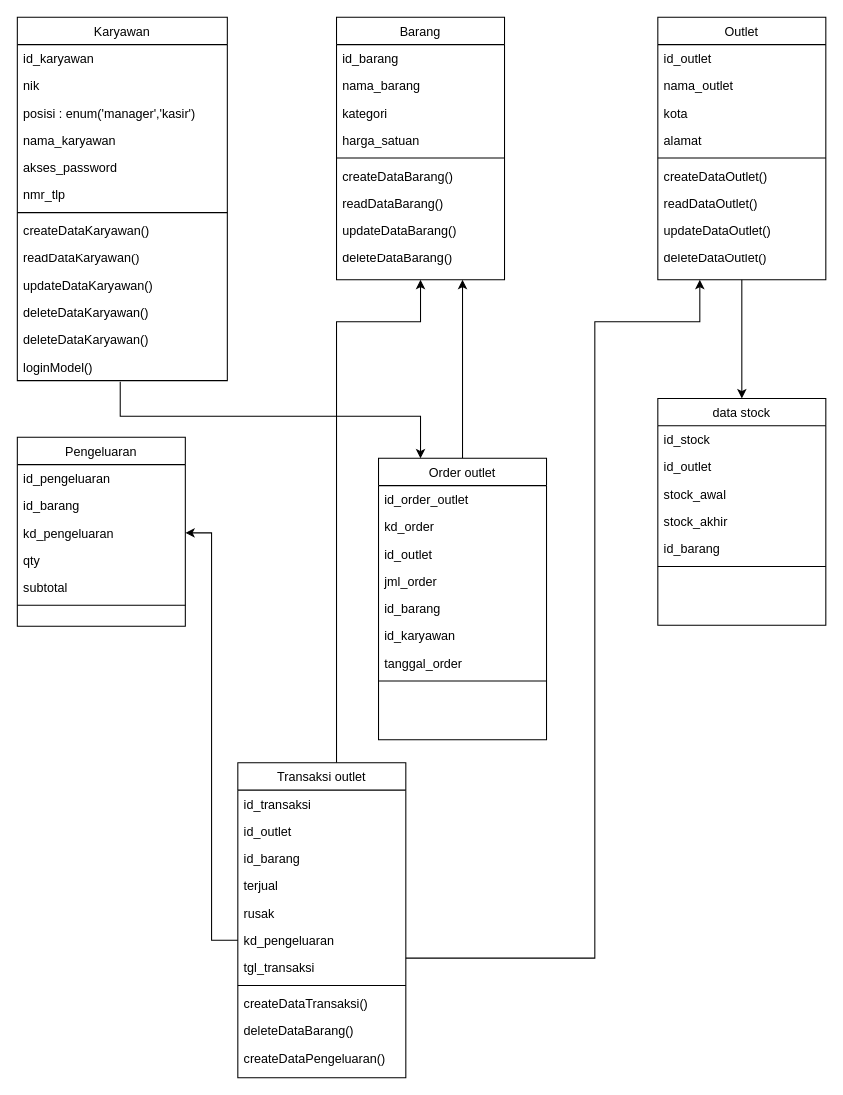
The draw.io diagram diagram/class_diagram.drawio in mqnoy/kakapeh, before the edit. Source tidied: cells renumbered, new cells numbered last; positions are measured from the earlier drawing's top-left corner, leaving out a move shared by most shapes. Both pictures are drawn from the tidied source at 105%, with x=0, y=0 at pixel (17, 17).
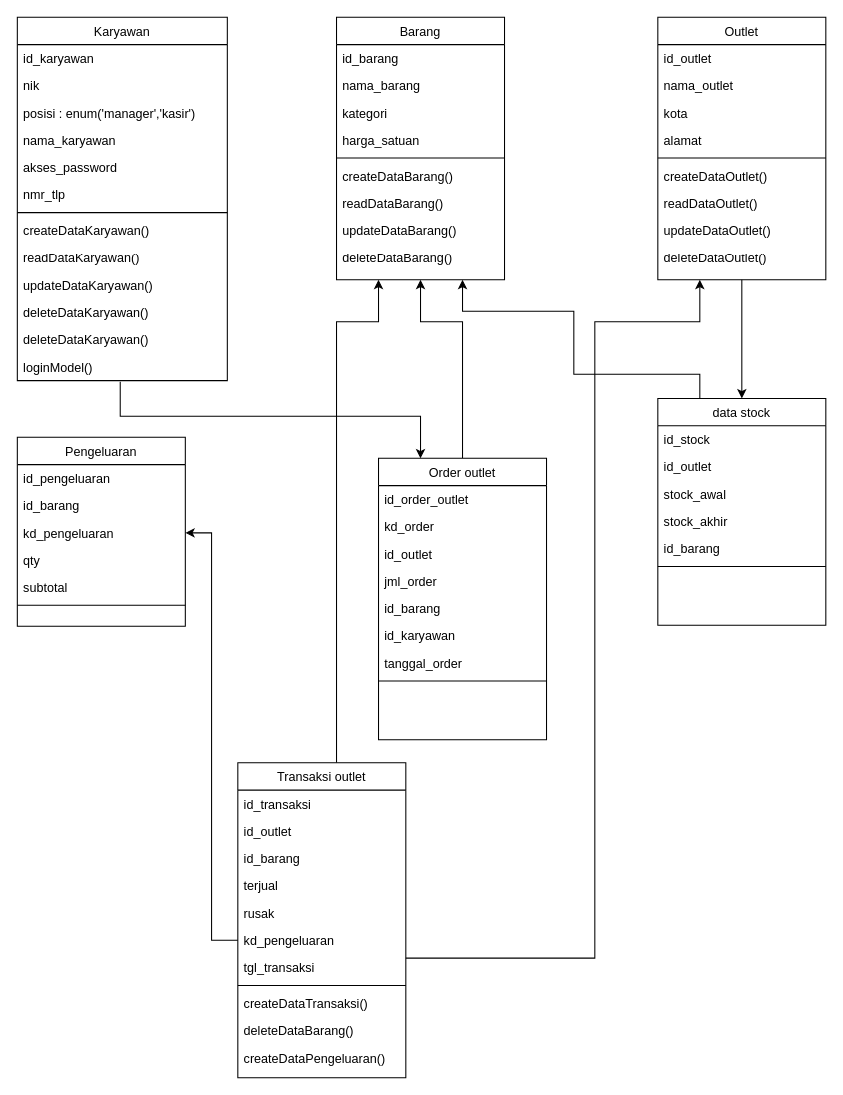
After the change.

The change refers to these unchanged cells:
```xml
<mxCell id="2" value="data stock" style="swimlane;fontStyle=0;align=center;verticalAlign=top;horizontal=1;startSize=26;rounded=0;shadow=0;strokeWidth=1;" parent="1" vertex="1">
  <mxGeometry x="610" y="363" width="160" height="216" as="geometry" />
</mxCell>
<mxCell id="21" value="Order outlet" style="swimlane;fontStyle=0;align=center;verticalAlign=top;horizontal=1;startSize=26;rounded=0;shadow=0;strokeWidth=1;" parent="1" vertex="1">
  <mxGeometry x="344" y="420" width="160" height="268" as="geometry" />
</mxCell>
<mxCell id="30" value="Barang" style="swimlane;fontStyle=0;align=center;verticalAlign=top;horizontal=1;startSize=26;rounded=0;shadow=0;strokeWidth=1;" parent="1" vertex="1">
  <mxGeometry x="304" width="160" height="250" as="geometry" />
</mxCell>
<mxCell id="42" value="Transaksi outlet" style="swimlane;fontStyle=0;align=center;verticalAlign=top;horizontal=1;startSize=26;rounded=0;shadow=0;strokeWidth=1;" parent="1" vertex="1">
  <mxGeometry x="210" y="710" width="160" height="300" as="geometry" />
</mxCell>
```

Diff of the diagram source:
```diff
@@
+    <mxCell id="77" style="edgeStyle=orthogonalEdgeStyle;rounded=0;jettySize=auto;html=1;entryX=0.75;entryY=1;entryDx=0;entryDy=0;exitX=0.25;exitY=0;exitDx=0;exitDy=0;" parent="1" edge="1" source="2" target="30">
+      <mxGeometry relative="1" as="geometry">
+        <Array as="points">
+          <mxPoint x="650" y="340" />
+          <mxPoint x="530" y="340" />
+          <mxPoint x="530" y="280" />
+          <mxPoint x="424" y="280" />
+        </Array>
+      </mxGeometry>
+    </mxCell>
@@
-    <mxCell id="20" style="edgeStyle=orthogonalEdgeStyle;rounded=0;jettySize=auto;html=1;entryX=0.75;entryY=1;entryDx=0;entryDy=0;" parent="1" edge="1" source="21" target="30">
-      <mxGeometry relative="1" as="geometry" />
+    <mxCell id="20" style="edgeStyle=orthogonalEdgeStyle;rounded=0;jettySize=auto;html=1;entryX=0.5;entryY=1;entryDx=0;entryDy=0;" parent="1" edge="1" source="21" target="30">
+      <mxGeometry relative="1" as="geometry">
+        <Array as="points">
+          <mxPoint x="424" y="290" />
+          <mxPoint x="384" y="290" />
+        </Array>
+      </mxGeometry>
     </mxCell>
@@
-    <mxCell id="40" style="edgeStyle=orthogonalEdgeStyle;rounded=0;jettySize=auto;html=1;entryX=0.5;entryY=1;entryDx=0;entryDy=0;" parent="1" edge="1" source="42" target="30">
+    <mxCell id="40" style="edgeStyle=orthogonalEdgeStyle;rounded=0;jettySize=auto;html=1;entryX=0.25;entryY=1;entryDx=0;entryDy=0;" parent="1" edge="1" source="42" target="30">
       <mxGeometry relative="1" as="geometry">
         <Array as="points">
           <mxPoint x="304" y="290" />
-          <mxPoint x="384" y="290" />
+          <mxPoint x="344" y="290" />
         </Array>
       </mxGeometry>
     </mxCell>
```
